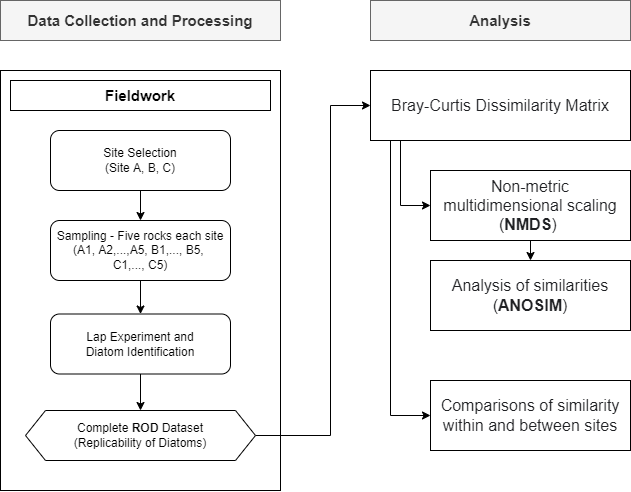
Earlier version of the draw.io export Chapter4_Flowchart.png (muyeoljung/PhD_Studyarea). Source tidied: cells renumbered, new cells last; positions are measured from the earlier drawing's top-left corner, leaving out a move shared by most shapes.
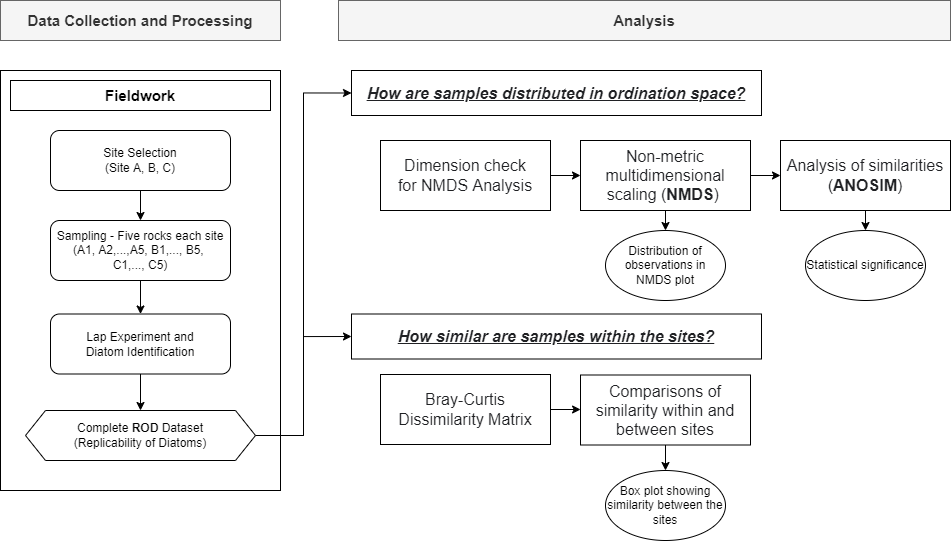
Above is the later version.

What changed in the source:
```diff
@@ -28,51 +28,68 @@
     <mxCell id="9" value="Lap Experiment and&lt;br&gt;Diatom Identification" style="rounded=1;whiteSpace=wrap;html=1;" parent="1" vertex="1">
       <mxGeometry x="50" y="313.5" width="180" height="60" as="geometry" />
     </mxCell>
-    <mxCell id="10" style="edgeStyle=orthogonalEdgeStyle;rounded=0;jettySize=auto;html=1;exitX=1;exitY=0.5;exitDx=0;exitDy=0;entryX=0;entryY=0.5;entryDx=0;entryDy=0;" parent="1" edge="1" source="16" target="19">
-      <mxGeometry relative="1" as="geometry">
-        <Array as="points">
-          <mxPoint x="330" y="435" />
-          <mxPoint x="330" y="105" />
-        </Array>
-      </mxGeometry>
-    </mxCell>
-    <mxCell id="11" value="&lt;font style=&quot;font-size: 15px&quot;&gt;&lt;b&gt;Analysis&lt;/b&gt;&lt;/font&gt;" style="rounded=0;whiteSpace=wrap;html=1;fillColor=#f5f5f5;strokeColor=#666666;fontColor=#333333;" parent="1" vertex="1">
-      <mxGeometry x="370" width="260" height="40" as="geometry" />
+    <mxCell id="11" value="&lt;font style=&quot;font-size: 15px&quot;&gt;&lt;span&gt;Analysis&lt;/span&gt;&lt;/font&gt;" style="rounded=0;whiteSpace=wrap;html=1;fillColor=#f5f5f5;strokeColor=#666666;fontColor=#333333;fontStyle=1;" parent="1" vertex="1">
+      <mxGeometry x="338" width="612" height="40" as="geometry" />
     </mxCell>
-    <mxCell id="12" style="edgeStyle=orthogonalEdgeStyle;rounded=0;jettySize=auto;html=1;exitX=0.5;exitY=1;exitDx=0;exitDy=0;entryX=0.5;entryY=0;entryDx=0;entryDy=0;" parent="1" edge="1" source="13" target="14">
+    <mxCell id="12" style="edgeStyle=orthogonalEdgeStyle;rounded=0;jettySize=auto;html=1;exitX=1;exitY=0.5;exitDx=0;exitDy=0;entryX=0;entryY=0.5;entryDx=0;entryDy=0;" parent="1" edge="1" source="13" target="14">
       <mxGeometry relative="1" as="geometry" />
     </mxCell>
+    <mxCell id="21" style="edgeStyle=orthogonalEdgeStyle;rounded=0;jettySize=auto;html=1;exitX=0.5;exitY=1;exitDx=0;exitDy=0;entryX=0.5;entryY=0;entryDx=0;entryDy=0;" parent="1" edge="1" source="13" target="30">
+      <mxGeometry relative="1" as="geometry" />
+    </mxCell>
     <mxCell id="13" value="&lt;span style=&quot;color: rgb(32 , 33 , 36) ; font-family: &amp;#34;apple sd gothic neo&amp;#34; , &amp;#34;arial&amp;#34; , sans-serif ; font-size: 16px ; text-align: left ; background-color: rgb(255 , 255 , 255)&quot;&gt;Non-metric multidimensional scaling (&lt;/span&gt;&lt;b style=&quot;color: rgb(32 , 33 , 36) ; font-family: &amp;#34;apple sd gothic neo&amp;#34; , &amp;#34;arial&amp;#34; , sans-serif ; font-size: 16px ; text-align: left ; background-color: rgb(255 , 255 , 255)&quot;&gt;NMDS&lt;/b&gt;&lt;span style=&quot;color: rgb(32 , 33 , 36) ; font-family: &amp;#34;apple sd gothic neo&amp;#34; , &amp;#34;arial&amp;#34; , sans-serif ; font-size: 16px ; text-align: left ; background-color: rgb(255 , 255 , 255)&quot;&gt;)&amp;nbsp;&lt;/span&gt;" style="rounded=0;whiteSpace=wrap;html=1;" parent="1" vertex="1">
-      <mxGeometry x="430" y="170" width="200" height="70" as="geometry" />
+      <mxGeometry x="580" y="140" width="170" height="70" as="geometry" />
     </mxCell>
+    <mxCell id="22" style="edgeStyle=orthogonalEdgeStyle;rounded=0;jettySize=auto;html=1;exitX=0.5;exitY=1;exitDx=0;exitDy=0;entryX=0.5;entryY=0;entryDx=0;entryDy=0;" parent="1" edge="1" source="14" target="31">
+      <mxGeometry relative="1" as="geometry" />
+    </mxCell>
     <mxCell id="14" value="&lt;span style=&quot;color: rgb(32 , 33 , 36) ; font-family: &amp;#34;apple sd gothic neo&amp;#34; , &amp;#34;arial&amp;#34; , sans-serif ; font-size: 16px ; text-align: left ; background-color: rgb(255 , 255 , 255)&quot;&gt;Analysis of similarities (&lt;/span&gt;&lt;b style=&quot;color: rgb(32 , 33 , 36) ; font-family: &amp;#34;apple sd gothic neo&amp;#34; , &amp;#34;arial&amp;#34; , sans-serif ; font-size: 16px ; text-align: left ; background-color: rgb(255 , 255 , 255)&quot;&gt;ANOSIM&lt;/b&gt;&lt;span style=&quot;color: rgb(32 , 33 , 36) ; font-family: &amp;#34;apple sd gothic neo&amp;#34; , &amp;#34;arial&amp;#34; , sans-serif ; font-size: 16px ; text-align: left ; background-color: rgb(255 , 255 , 255)&quot;&gt;)&lt;/span&gt;" style="rounded=0;whiteSpace=wrap;html=1;" parent="1" vertex="1">
-      <mxGeometry x="430" y="260" width="200" height="70" as="geometry" />
+      <mxGeometry x="780" y="140" width="170" height="70" as="geometry" />
     </mxCell>
-    <mxCell id="15" value="&lt;font style=&quot;font-size: 15px&quot;&gt;&lt;b&gt;Data Collection and Processing&lt;/b&gt;&lt;/font&gt;" style="rounded=0;whiteSpace=wrap;html=1;fillColor=#f5f5f5;strokeColor=#666666;fontColor=#333333;" parent="1" vertex="1">
+    <mxCell id="15" value="&lt;font style=&quot;font-size: 15px&quot;&gt;&lt;span&gt;Data Collection and Processing&lt;/span&gt;&lt;/font&gt;" style="rounded=0;whiteSpace=wrap;html=1;fillColor=#f5f5f5;strokeColor=#666666;fontColor=#333333;fontStyle=1;" parent="1" vertex="1">
       <mxGeometry width="280" height="40" as="geometry" />
     </mxCell>
+    <mxCell id="23" style="edgeStyle=orthogonalEdgeStyle;rounded=0;jettySize=auto;html=1;exitX=1;exitY=0.5;exitDx=0;exitDy=0;entryX=0;entryY=0.5;entryDx=0;entryDy=0;" parent="1" edge="1" source="16" target="26">
+      <mxGeometry relative="1" as="geometry" />
+    </mxCell>
+    <mxCell id="24" style="edgeStyle=orthogonalEdgeStyle;rounded=0;jettySize=auto;html=1;exitX=1;exitY=0.5;exitDx=0;exitDy=0;entryX=0;entryY=0.5;entryDx=0;entryDy=0;" parent="1" edge="1" source="16" target="27">
+      <mxGeometry relative="1" as="geometry" />
+    </mxCell>
     <mxCell id="16" value="Complete &lt;b&gt;ROD&lt;/b&gt;&amp;nbsp;Dataset&lt;br&gt;(Replicability of Diatoms)" style="shape=hexagon;perimeter=hexagonPerimeter2;whiteSpace=wrap;html=1;fixedSize=1;" parent="1" vertex="1">
       <mxGeometry x="25" y="410" width="230" height="50" as="geometry" />
     </mxCell>
-    <mxCell id="17" style="edgeStyle=orthogonalEdgeStyle;rounded=0;jettySize=auto;html=1;entryX=0;entryY=0.5;entryDx=0;entryDy=0;" parent="1" edge="1" source="19" target="13">
-      <mxGeometry relative="1" as="geometry">
-        <Array as="points">
-          <mxPoint x="400" y="205" />
-        </Array>
-      </mxGeometry>
+    <mxCell id="17" style="edgeStyle=orthogonalEdgeStyle;rounded=0;jettySize=auto;html=1;exitX=1;exitY=0.5;exitDx=0;exitDy=0;entryX=0;entryY=0.5;entryDx=0;entryDy=0;" parent="1" edge="1" source="19" target="13">
+      <mxGeometry relative="1" as="geometry" />
     </mxCell>
-    <mxCell id="18" style="edgeStyle=orthogonalEdgeStyle;rounded=0;jettySize=auto;html=1;entryX=0;entryY=0.5;entryDx=0;entryDy=0;" parent="1" edge="1" source="19" target="20">
-      <mxGeometry relative="1" as="geometry">
-        <Array as="points">
-          <mxPoint x="390" y="415" />
-        </Array>
-      </mxGeometry>
-    </mxCell>
-    <mxCell id="19" value="&lt;div style=&quot;text-align: left&quot;&gt;&lt;span style=&quot;background-color: rgb(255 , 255 , 255) ; font-size: 16px ; color: rgb(32 , 33 , 36) ; font-family: &amp;#34;apple sd gothic neo&amp;#34; , &amp;#34;arial&amp;#34; , sans-serif&quot;&gt;Bray-Curtis Dissimilarity Matrix&lt;/span&gt;&lt;br&gt;&lt;/div&gt;" style="rounded=0;whiteSpace=wrap;html=1;" parent="1" vertex="1">
-      <mxGeometry x="370" y="70" width="260" height="70" as="geometry" />
+    <mxCell id="19" value="&lt;div&gt;&lt;span style=&quot;background-color: rgb(255 , 255 , 255) ; font-size: 16px ; color: rgb(32 , 33 , 36) ; font-family: &amp;#34;apple sd gothic neo&amp;#34; , &amp;#34;arial&amp;#34; , sans-serif&quot;&gt;Dimension check&lt;br&gt;for NMDS Analysis&lt;/span&gt;&lt;br&gt;&lt;/div&gt;" style="rounded=0;whiteSpace=wrap;html=1;" parent="1" vertex="1">
+      <mxGeometry x="380" y="140" width="170" height="70" as="geometry" />
     </mxCell>
+    <mxCell id="25" style="edgeStyle=orthogonalEdgeStyle;rounded=0;jettySize=auto;html=1;exitX=0.5;exitY=1;exitDx=0;exitDy=0;entryX=0.5;entryY=0;entryDx=0;entryDy=0;" parent="1" edge="1" source="20" target="32">
+      <mxGeometry relative="1" as="geometry" />
+    </mxCell>
     <mxCell id="20" value="&lt;div&gt;&lt;font color=&quot;#202124&quot; face=&quot;apple sd gothic neo, arial, sans-serif&quot;&gt;&lt;span style=&quot;font-size: 16px ; background-color: rgb(255 , 255 , 255)&quot;&gt;Comparisons of similarity within and between sites&lt;/span&gt;&lt;/font&gt;&lt;/div&gt;" style="rounded=0;whiteSpace=wrap;html=1;align=center;" parent="1" vertex="1">
-      <mxGeometry x="430" y="380" width="200" height="70" as="geometry" />
+      <mxGeometry x="580" y="374.5" width="170" height="70" as="geometry" />
     </mxCell>
+    <mxCell id="26" value="&lt;div&gt;&lt;font color=&quot;#202124&quot; face=&quot;apple sd gothic neo, arial, sans-serif&quot;&gt;&lt;span style=&quot;font-size: 16px ; background-color: rgb(255 , 255 , 255)&quot;&gt;How are samples distributed in ordination space?&lt;/span&gt;&lt;/font&gt;&lt;/div&gt;" style="rounded=0;whiteSpace=wrap;html=1;align=center;fontStyle=7;" parent="1" vertex="1">
+      <mxGeometry x="351" y="70" width="410" height="45" as="geometry" />
+    </mxCell>
+    <mxCell id="27" value="&lt;div&gt;&lt;font color=&quot;#202124&quot; face=&quot;apple sd gothic neo, arial, sans-serif&quot;&gt;&lt;span style=&quot;font-size: 16px ; background-color: rgb(255 , 255 , 255)&quot;&gt;How similar are samples within the sites?&lt;/span&gt;&lt;/font&gt;&lt;/div&gt;" style="rounded=0;whiteSpace=wrap;html=1;align=center;fontStyle=7;" parent="1" vertex="1">
+      <mxGeometry x="351" y="313.5" width="410" height="45" as="geometry" />
+    </mxCell>
+    <mxCell id="28" style="edgeStyle=orthogonalEdgeStyle;rounded=0;jettySize=auto;html=1;exitX=1;exitY=0.5;exitDx=0;exitDy=0;entryX=0;entryY=0.5;entryDx=0;entryDy=0;" parent="1" edge="1" source="29" target="20">
+      <mxGeometry relative="1" as="geometry" />
+    </mxCell>
+    <mxCell id="29" value="&lt;div style=&quot;&quot;&gt;&lt;span style=&quot;background-color: rgb(255 , 255 , 255) ; font-size: 16px ; color: rgb(32 , 33 , 36) ; font-family: &amp;quot;apple sd gothic neo&amp;quot; , &amp;quot;arial&amp;quot; , sans-serif&quot;&gt;Bray-Curtis Dissimilarity Matrix&lt;/span&gt;&lt;br&gt;&lt;/div&gt;" style="rounded=0;whiteSpace=wrap;html=1;align=center;" parent="1" vertex="1">
+      <mxGeometry x="380" y="374" width="170" height="70" as="geometry" />
+    </mxCell>
+    <mxCell id="30" value="Distribution of observations in NMDS plot" style="ellipse;whiteSpace=wrap;html=1;" parent="1" vertex="1">
+      <mxGeometry x="605" y="230" width="120" height="70" as="geometry" />
+    </mxCell>
+    <mxCell id="31" value="Statistical significance" style="ellipse;whiteSpace=wrap;html=1;" parent="1" vertex="1">
+      <mxGeometry x="805" y="230" width="120" height="70" as="geometry" />
+    </mxCell>
+    <mxCell id="32" value="Box plot showing similarity between the sites" style="ellipse;whiteSpace=wrap;html=1;" parent="1" vertex="1">
+      <mxGeometry x="605" y="470" width="120" height="70" as="geometry" />
+    </mxCell>
   </root>
 </mxGraphModel>
```
